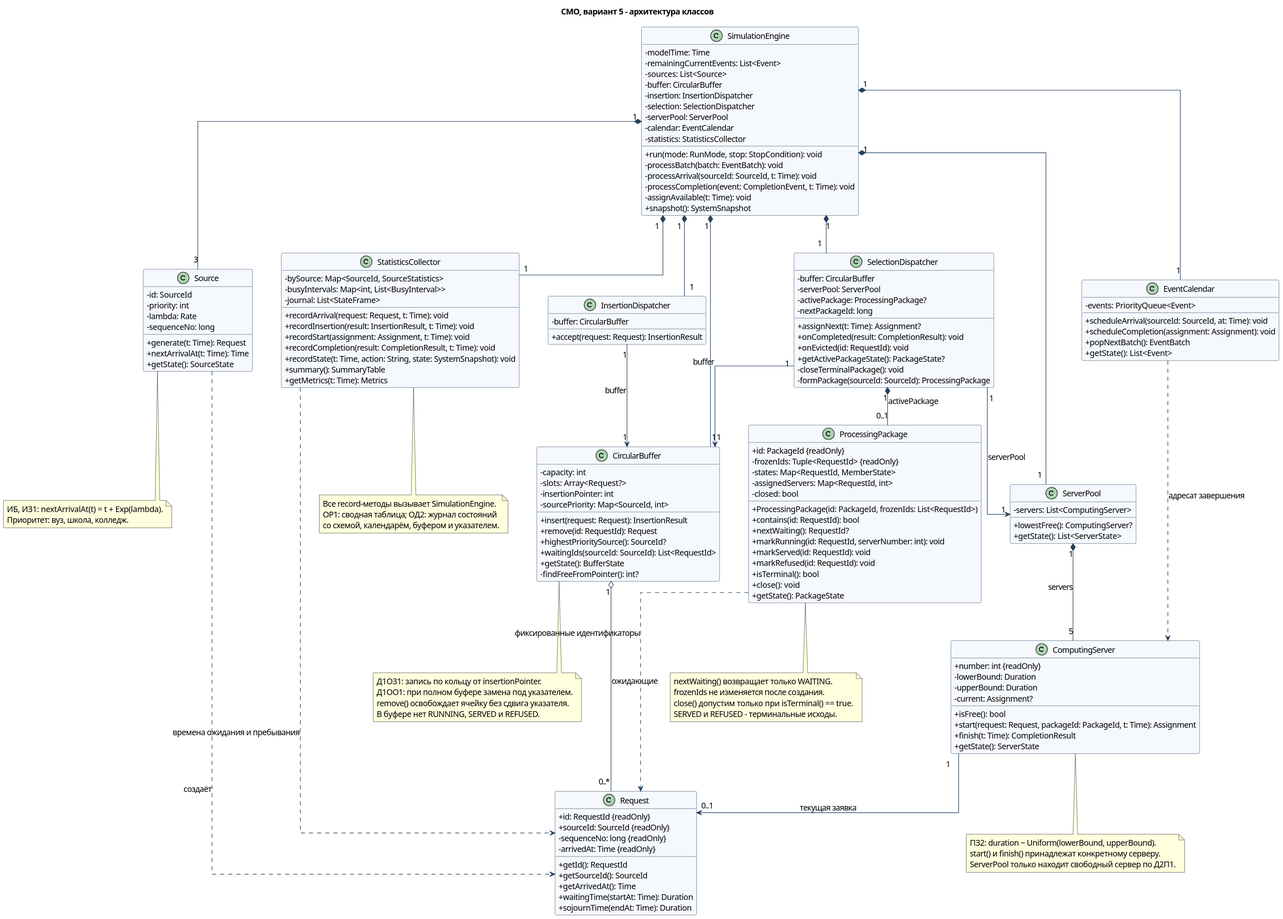
This is diagrams/classes/architecture.svg from A1exCRE/aps, a PlantUML export, as it was before one commit.
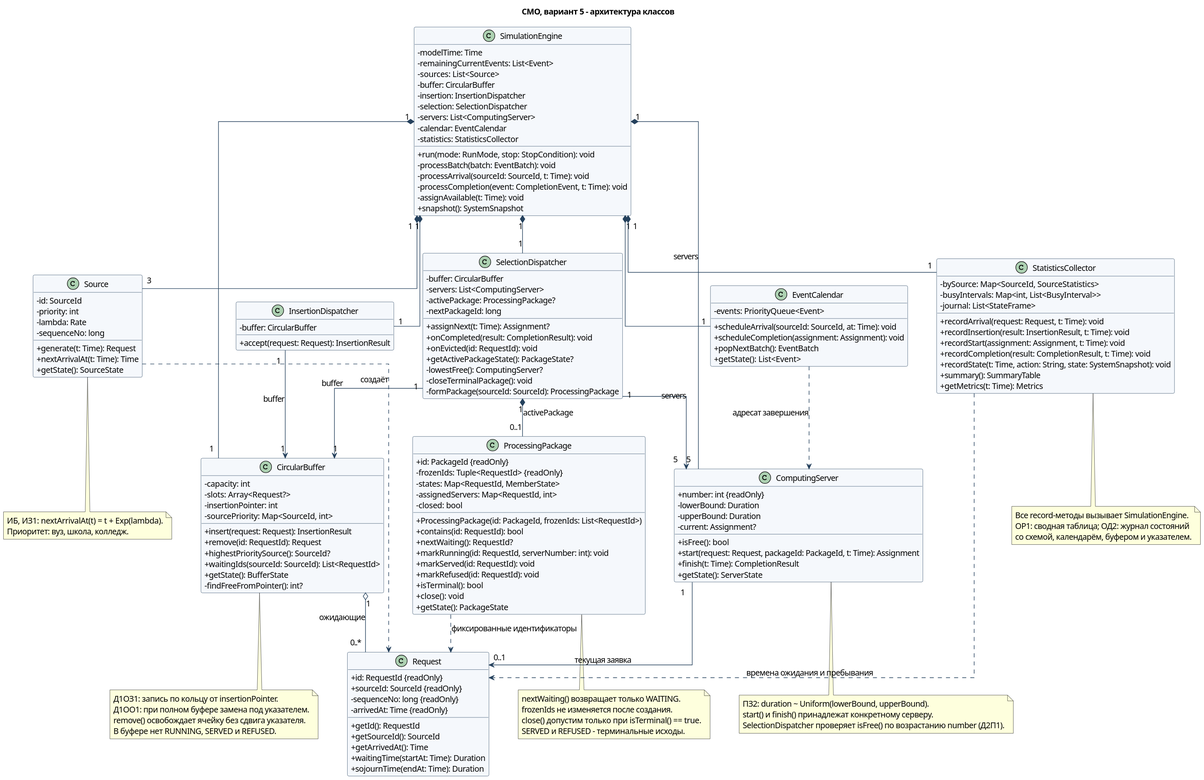
After the change.

Commit message:
Remove ServerPool from class architecture

Change to the diagram source:
```diff
@@ -20,7 +20,7 @@
  - buffer: CircularBuffer
  - insertion: InsertionDispatcher
  - selection: SelectionDispatcher
- - serverPool: ServerPool
+ - servers: List<ComputingServer>
  - calendar: EventCalendar
  - statistics: StatisticsCollector
  + run(mode: RunMode, stop: StopCondition): void
@@ -73,13 +73,14 @@
 
 class SelectionDispatcher {
  - buffer: CircularBuffer
- - serverPool: ServerPool
+ - servers: List<ComputingServer>
  - activePackage: ProcessingPackage?
  - nextPackageId: long
  + assignNext(t: Time): Assignment?
  + onCompleted(result: CompletionResult): void
  + onEvicted(id: RequestId): void
  + getActivePackageState(): PackageState?
+ - lowestFree(): ComputingServer?
  - closeTerminalPackage(): void
  - formPackage(sourceId: SourceId): ProcessingPackage
 }
@@ -99,12 +100,6 @@
  + isTerminal(): bool
  + close(): void
  + getState(): PackageState
-}
-
-class ServerPool {
- - servers: List<ComputingServer>
- + lowestFree(): ComputingServer?
- + getState(): List<ServerState>
 }
 
 class ComputingServer {
@@ -143,14 +138,13 @@
 SimulationEngine "1" *-- "1" InsertionDispatcher
 SimulationEngine "1" *-- "1" SelectionDispatcher
 SimulationEngine "1" *-- "1" CircularBuffer
-SimulationEngine "1" *-- "1" ServerPool
+SimulationEngine "1" *-- "5" ComputingServer : servers
 SimulationEngine "1" *-- "1" EventCalendar
 SimulationEngine "1" *-- "1" StatisticsCollector
 InsertionDispatcher "1" --> "1" CircularBuffer : buffer
 SelectionDispatcher "1" --> "1" CircularBuffer : buffer
-SelectionDispatcher "1" --> "1" ServerPool : serverPool
+SelectionDispatcher "1" --> "5" ComputingServer : servers
 SelectionDispatcher "1" *-- "0..1" ProcessingPackage : activePackage
-ServerPool "1" *-- "5" ComputingServer : servers
 CircularBuffer "1" o-- "0..*" Request : ожидающие
 Source ..> Request : создаёт
 ComputingServer "1" --> "0..1" Request : текущая заявка
@@ -177,7 +171,7 @@
 note bottom of ComputingServer
 ПЗ2: duration ~ Uniform(lowerBound, upperBound).
 start() и finish() принадлежат конкретному серверу.
-ServerPool только находит свободный сервер по Д2П1.
+SelectionDispatcher проверяет isFree() по возрастанию number (Д2П1).
 end note
 note bottom of StatisticsCollector
 Все record-методы вызывает SimulationEngine.
```
